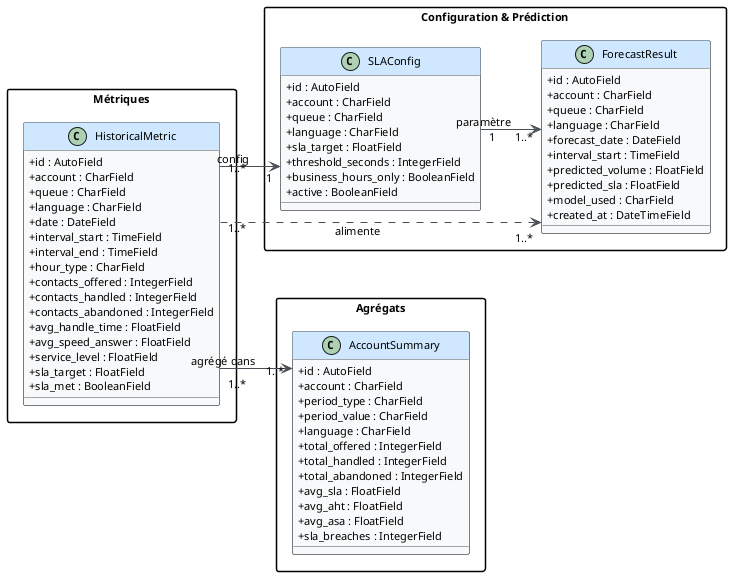
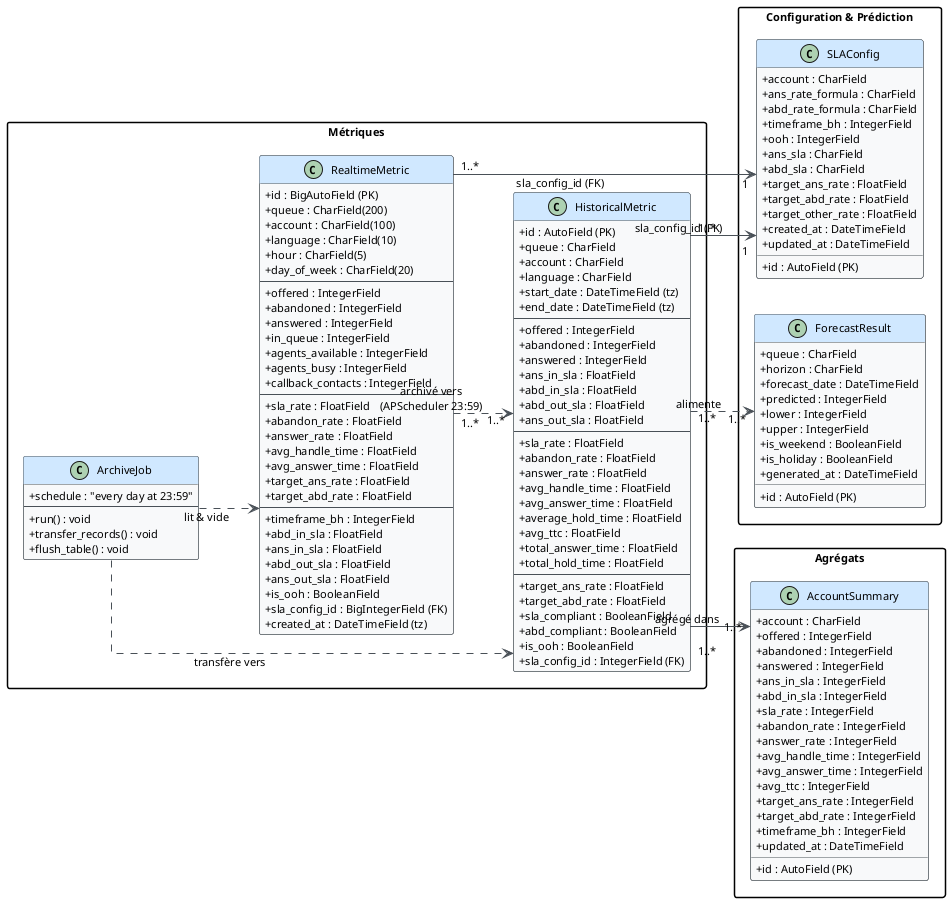
@startuml
left to right direction
skinparam linetype ortho
skinparam classAttributeIconSize 0
skinparam defaultFontSize 11
skinparam class {
    BackgroundColor #F8F9FA
    BorderColor #495057
    ArrowColor #495057
    HeaderBackgroundColor #D0E8FF
}
skinparam packageStyle rectangle

package "Métriques" {
+ 
+     class RealtimeMetric {
+         + id : BigAutoField (PK)
+         + queue : CharField(200)
+         + account : CharField(100)
+         + language : CharField(10)
+         + hour : CharField(5)
+         + day_of_week : CharField(20)
+         --
+         + offered : IntegerField
+         + abandoned : IntegerField
+         + answered : IntegerField
+         + in_queue : IntegerField
+         + agents_available : IntegerField
+         + agents_busy : IntegerField
+         + callback_contacts : IntegerField
+         --
+         + sla_rate : FloatField
+         + abandon_rate : FloatField
+         + answer_rate : FloatField
+         + avg_handle_time : FloatField
+         + avg_answer_time : FloatField
+         + target_ans_rate : FloatField
+         + target_abd_rate : FloatField
+         --
+         + timeframe_bh : IntegerField
+         + abd_in_sla : FloatField
+         + ans_in_sla : FloatField
+         + abd_out_sla : FloatField
+         + ans_out_sla : FloatField
+         + is_ooh : BooleanField
+         + sla_config_id : BigIntegerField (FK)
+         + created_at : DateTimeField (tz)
+     }
+ 
    class HistoricalMetric {
-         + id : AutoField
+         + id : AutoField (PK)
+         + queue : CharField
        + account : CharField
-         + queue : CharField
        + language : CharField
-         + date : DateField
-         + interval_start : TimeField
-         + interval_end : TimeField
-         + hour_type : CharField
-         + contacts_offered : IntegerField
-         + contacts_handled : IntegerField
-         + contacts_abandoned : IntegerField
+         + start_date : DateTimeField (tz)
+         + end_date : DateTimeField (tz)
+         --
+         + offered : IntegerField
+         + abandoned : IntegerField
+         + answered : IntegerField
+         + ans_in_sla : FloatField
+         + abd_in_sla : FloatField
+         + abd_out_sla : FloatField
+         + ans_out_sla : FloatField
+         --
+         + sla_rate : FloatField
+         + abandon_rate : FloatField
+         + answer_rate : FloatField
        + avg_handle_time : FloatField
-         + avg_speed_answer : FloatField
-         + service_level : FloatField
-         + sla_target : FloatField
-         + sla_met : BooleanField
+         + avg_answer_time : FloatField
+         + average_hold_time : FloatField
+         + avg_ttc : FloatField
+         + total_answer_time : FloatField
+         + total_hold_time : FloatField
+         --
+         + target_ans_rate : FloatField
+         + target_abd_rate : FloatField
+         + sla_compliant : BooleanField
+         + abd_compliant : BooleanField
+         + is_ooh : BooleanField
+         + sla_config_id : IntegerField (FK)
    }
+ 
+     class ArchiveJob {
+         + schedule : "every day at 23:59"
+         --
+         + run() : void
+         + transfer_records() : void
+         + flush_table() : void
+     }
+ 
+     RealtimeMetric "1..*" ..> "1..*" HistoricalMetric : "archivé vers\n(APScheduler 23:59)"
+     ArchiveJob ..> RealtimeMetric : "lit & vide"
+     ArchiveJob ..> HistoricalMetric : "transfère vers"
}

package "Configuration & Prédiction" {
+ 
    class SLAConfig {
-         + id : AutoField
+         + id : AutoField (PK)
        + account : CharField
-         + queue : CharField
-         + language : CharField
-         + sla_target : FloatField
-         + threshold_seconds : IntegerField
-         + business_hours_only : BooleanField
-         + active : BooleanField
+         + ans_rate_formula : CharField
+         + abd_rate_formula : CharField
+         + timeframe_bh : IntegerField
+         + ooh : IntegerField
+         + ans_sla : CharField
+         + abd_sla : CharField
+         + target_ans_rate : FloatField
+         + target_abd_rate : FloatField
+         + target_other_rate : FloatField
+         + created_at : DateTimeField
+         + updated_at : DateTimeField
    }

    class ForecastResult {
-         + id : AutoField
-         + account : CharField
+         + id : AutoField (PK)
        + queue : CharField
-         + language : CharField
-         + forecast_date : DateField
-         + interval_start : TimeField
-         + predicted_volume : FloatField
-         + predicted_sla : FloatField
-         + model_used : CharField
-         + created_at : DateTimeField
+         + horizon : CharField
+         + forecast_date : DateTimeField
+         + predicted : IntegerField
+         + lower : IntegerField
+         + upper : IntegerField
+         + is_weekend : BooleanField
+         + is_holiday : BooleanField
+         + generated_at : DateTimeField
    }
}

package "Agrégats" {
+ 
    class AccountSummary {
-         + id : AutoField
+         + id : AutoField (PK)
        + account : CharField
-         + period_type : CharField
-         + period_value : CharField
-         + language : CharField
-         + total_offered : IntegerField
-         + total_handled : IntegerField
-         + total_abandoned : IntegerField
-         + avg_sla : FloatField
-         + avg_aht : FloatField
-         + avg_asa : FloatField
-         + sla_breaches : IntegerField
+         + offered : IntegerField
+         + abandoned : IntegerField
+         + answered : IntegerField
+         + ans_in_sla : IntegerField
+         + abd_in_sla : IntegerField
+         + sla_rate : IntegerField
+         + abandon_rate : IntegerField
+         + answer_rate : IntegerField
+         + avg_handle_time : IntegerField
+         + avg_answer_time : IntegerField
+         + avg_ttc : IntegerField
+         + target_ans_rate : IntegerField
+         + target_abd_rate : IntegerField
+         + timeframe_bh : IntegerField
+         + updated_at : DateTimeField
    }
}

' Relations
- HistoricalMetric "1..*" --> "1" SLAConfig : "config"
+ RealtimeMetric "1..*" --> "1" SLAConfig : "sla_config_id (FK)"
+ HistoricalMetric "1..*" --> "1" SLAConfig : "sla_config_id (FK)"
HistoricalMetric "1..*" --> "1..*" AccountSummary : "agrégé dans"
HistoricalMetric "1..*" ..> "1..*" ForecastResult : "alimente"
- SLAConfig "1" --> "1..*" ForecastResult : "paramètre"

@enduml